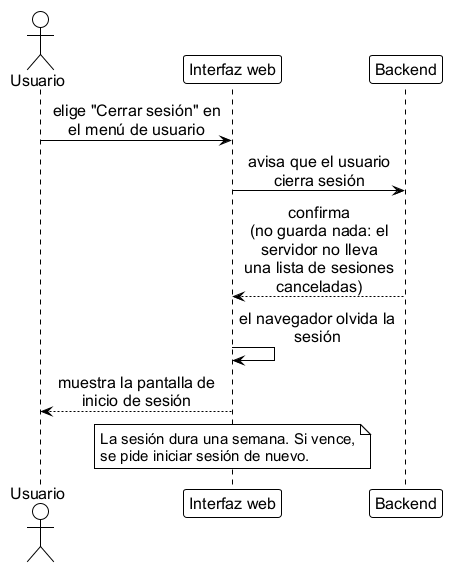
ErickJester/fst-ai-system-latex keeps this PlantUML diagram as figures/diagramas/seq_logout.png. Above is the earlier version.
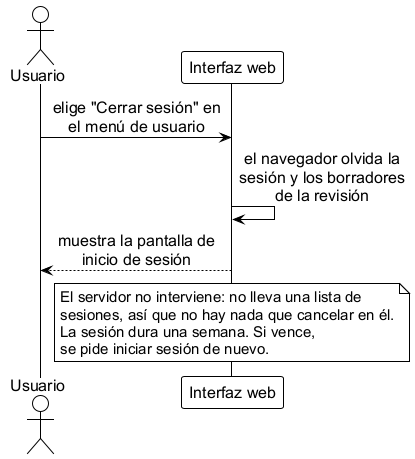
After the change.

What changed in the source:
```diff
@@ -4,14 +4,13 @@
 
 actor Usuario as u
 participant "Interfaz web" as ui
-participant Backend as api
 
 u -> ui: elige "Cerrar sesión" en\nel menú de usuario
-ui -> api: avisa que el usuario\ncierra sesión
-api --> ui: confirma\n(no guarda nada: el\nservidor no lleva\nuna lista de sesiones\ncanceladas)
-ui -> ui: el navegador olvida la\nsesión
+ui -> ui: el navegador olvida la\nsesión y los borradores\nde la revisión
 ui --> u: muestra la pantalla de\ninicio de sesión
 note over ui
+  El servidor no interviene: no lleva una lista de
+  sesiones, así que no hay nada que cancelar en él.
   La sesión dura una semana. Si vence,
   se pide iniciar sesión de nuevo.
 end note
```
